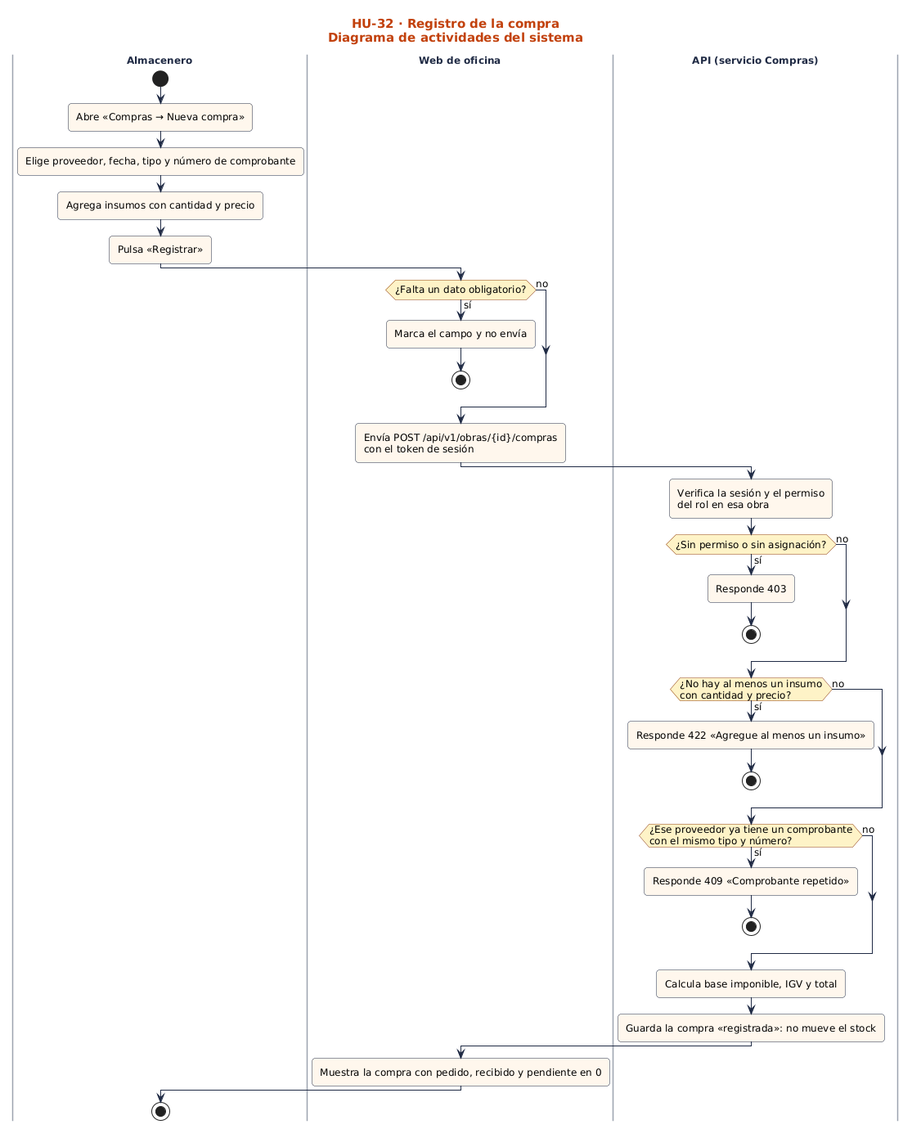
Before: docs/sprint-2/diagramas-hu/hu-32-registro-de-la-compra/actividades.png, a diagram exported from PlantUML (nandoestebanif/sevens-sigro). The source it was exported from:
```plantuml
@startuml
!include ../../estilo.iuml
title HU-32 · Registro de la compra\nDiagrama de actividades del sistema
|Almacenero|
start
:Abre «Compras → Nueva compra»;
:Elige proveedor, fecha, tipo y número de comprobante;
:Agrega insumos con cantidad y precio;
:Pulsa «Registrar»;
|Web de oficina|
if (¿Falta un dato obligatorio?) then (sí)
:Marca el campo y no envía;
stop
else (no)
endif
:Envía POST /api/v1/obras/{id}/compras\ncon el token de sesión;
|API (servicio Compras)|
:Verifica la sesión y el permiso\ndel rol en esa obra;
if (¿Sin permiso o sin asignación?) then (sí)
:Responde 403;
stop
else (no)
endif
if (¿No hay al menos un insumo\ncon cantidad y precio?) then (sí)
:Responde 422 «Agregue al menos un insumo»;
stop
else (no)
endif
if (¿Ese proveedor ya tiene un comprobante\ncon el mismo tipo y número?) then (sí)
:Responde 409 «Comprobante repetido»;
stop
else (no)
endif
:Calcula base imponible, IGV y total;
:Guarda la compra «registrada»: no mueve el stock;
|Web de oficina|
:Muestra la compra con pedido, recibido y pendiente en 0;
|Almacenero|
stop
@enduml
```
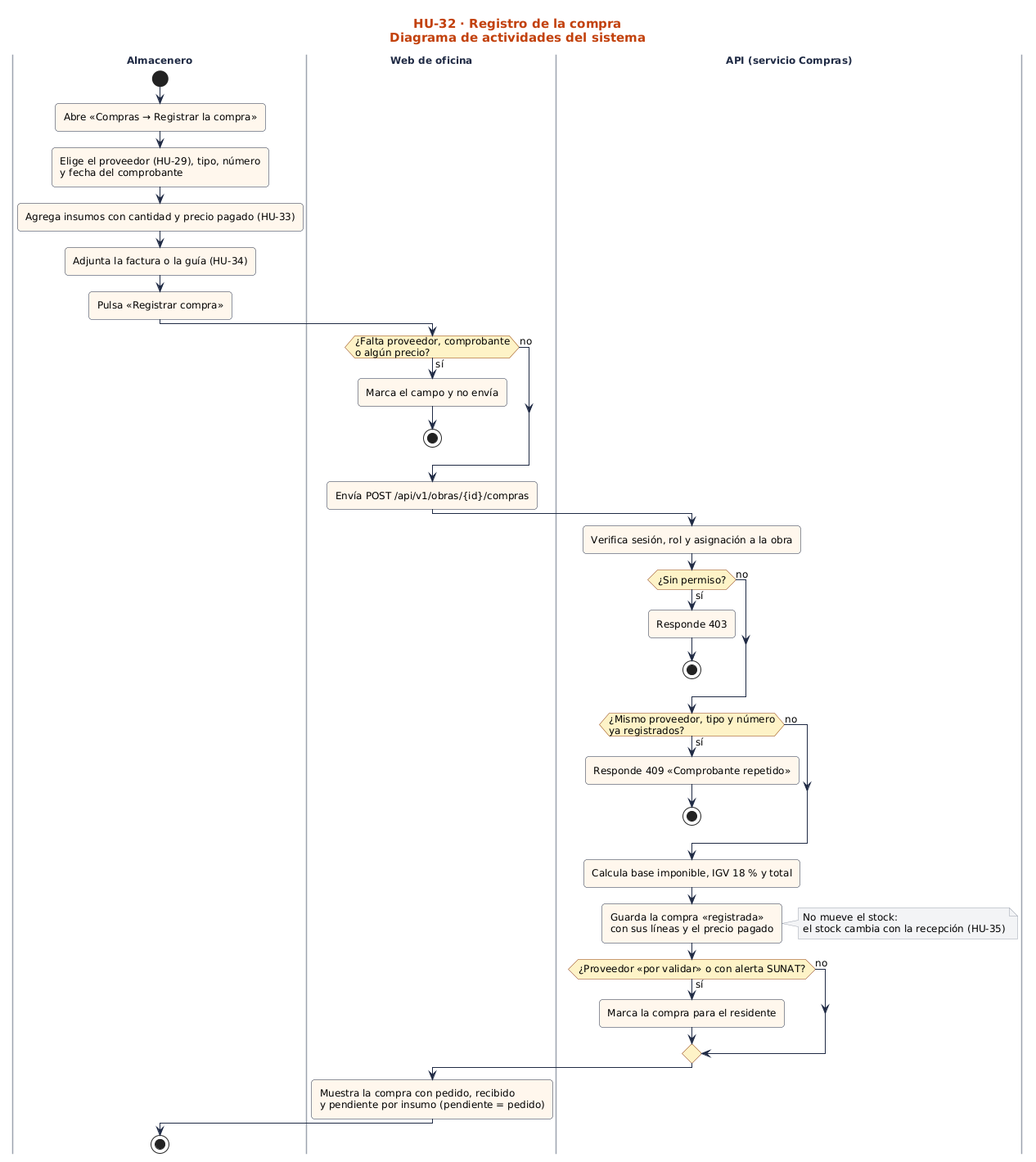
The same file after the commit.

What changed in the source:
```diff
@@ -3,38 +3,39 @@
 title HU-32 · Registro de la compra\nDiagrama de actividades del sistema
 |Almacenero|
 start
-:Abre «Compras → Nueva compra»;
-:Elige proveedor, fecha, tipo y número de comprobante;
-:Agrega insumos con cantidad y precio;
-:Pulsa «Registrar»;
+:Abre «Compras → Registrar la compra»;
+:Elige el proveedor (HU-29), tipo, número\ny fecha del comprobante;
+:Agrega insumos con cantidad y precio pagado (HU-33);
+:Adjunta la factura o la guía (HU-34);
+:Pulsa «Registrar compra»;
 |Web de oficina|
-if (¿Falta un dato obligatorio?) then (sí)
-:Marca el campo y no envía;
-stop
+if (¿Falta proveedor, comprobante\no algún precio?) then (sí)
+  :Marca el campo y no envía;
+  stop
 else (no)
 endif
-:Envía POST /api/v1/obras/{id}/compras\ncon el token de sesión;
+:Envía POST /api/v1/obras/{id}/compras;
 |API (servicio Compras)|
-:Verifica la sesión y el permiso\ndel rol en esa obra;
-if (¿Sin permiso o sin asignación?) then (sí)
-:Responde 403;
-stop
+:Verifica sesión, rol y asignación a la obra;
+if (¿Sin permiso?) then (sí)
+  :Responde 403;
+  stop
 else (no)
 endif
-if (¿No hay al menos un insumo\ncon cantidad y precio?) then (sí)
-:Responde 422 «Agregue al menos un insumo»;
-stop
+if (¿Mismo proveedor, tipo y número\nya registrados?) then (sí)
+  :Responde 409 «Comprobante repetido»;
+  stop
 else (no)
 endif
-if (¿Ese proveedor ya tiene un comprobante\ncon el mismo tipo y número?) then (sí)
-:Responde 409 «Comprobante repetido»;
-stop
+:Calcula base imponible, IGV 18 % y total;
+:Guarda la compra «registrada»\ncon sus líneas y el precio pagado;
+note right: No mueve el stock:\nel stock cambia con la recepción (HU-35)
+if (¿Proveedor «por validar» o con alerta SUNAT?) then (sí)
+  :Marca la compra para el residente;
 else (no)
 endif
-:Calcula base imponible, IGV y total;
-:Guarda la compra «registrada»: no mueve el stock;
 |Web de oficina|
-:Muestra la compra con pedido, recibido y pendiente en 0;
+:Muestra la compra con pedido, recibido\ny pendiente por insumo (pendiente = pedido);
 |Almacenero|
 stop
 @enduml
```
